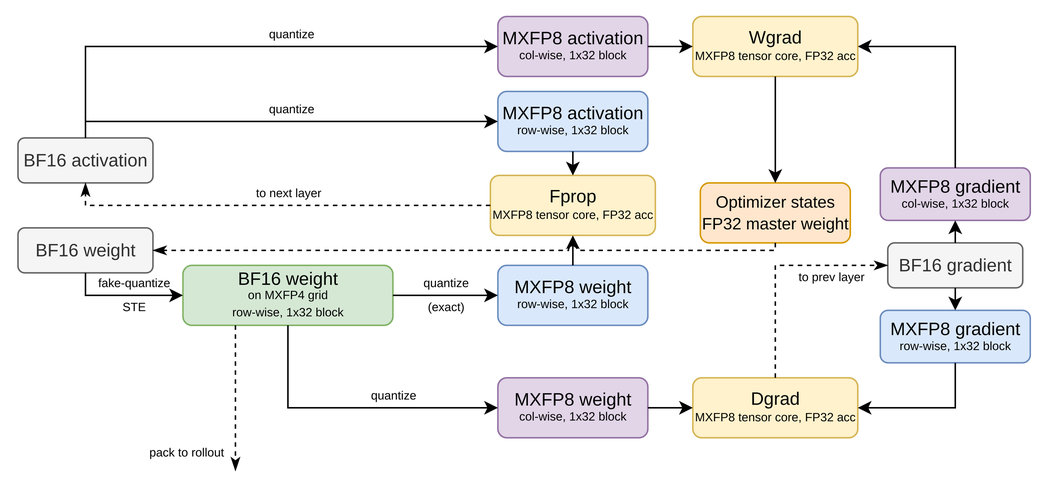
Above: docs/assets/images/low-precision/mxfp4-qat.png in radixark/miles (draw.io), before the change. Source tidied: cells renumbered, new cells last; positions are measured from the earlier drawing's top-left corner, leaving out a move shared by most shapes. Source of this version:
```xml
<mxGraphModel>
  <root>
    <mxCell id="0" />
    <mxCell id="1" parent="0" />
    <mxCell id="2" style="rounded=0;whiteSpace=wrap;html=1;strokeColor=none;fillColor=default;" parent="1" vertex="1">
      <mxGeometry width="695" height="325" as="geometry" />
    </mxCell>
    <mxCell id="3" value="BF16 activation" style="rounded=1;whiteSpace=wrap;html=1;fillColor=#f5f5f5;strokeColor=#666666;fontColor=#333333;" parent="1" vertex="1">
      <mxGeometry x="10" y="90" width="90" height="30" as="geometry" />
    </mxCell>
    <mxCell id="4" value="BF16 weight" style="rounded=1;whiteSpace=wrap;html=1;fillColor=#f5f5f5;strokeColor=#666666;fontColor=#333333;" parent="1" vertex="1">
      <mxGeometry x="10" y="150" width="90" height="30" as="geometry" />
    </mxCell>
    <mxCell id="5" value="&lt;div style=&quot;line-height: 80%;&quot;&gt;BF16 weight&lt;div&gt;&lt;font style=&quot;font-size: 8px;&quot;&gt;on MXFP4 grid&lt;/font&gt;&lt;/div&gt;&lt;div&gt;&lt;font style=&quot;font-size: 8px;&quot;&gt;row-wise, 1x32 block&lt;/font&gt;&lt;/div&gt;&lt;/div&gt;" style="rounded=1;whiteSpace=wrap;html=1;fillColor=#d5e8d4;strokeColor=#82b366;" parent="1" vertex="1">
      <mxGeometry x="120" y="175" width="140" height="40" as="geometry" />
    </mxCell>
    <mxCell id="6" value="&lt;div style=&quot;line-height: 80%;&quot;&gt;MXFP8 activation&lt;div&gt;&lt;font style=&quot;font-size: 8px;&quot;&gt;col-wise, 1x32 block&lt;/font&gt;&lt;/div&gt;&lt;/div&gt;" style="rounded=1;whiteSpace=wrap;html=1;fillColor=#e1d5e7;strokeColor=#9673a6;" parent="1" vertex="1">
      <mxGeometry x="330" y="9" width="100" height="40" as="geometry" />
    </mxCell>
    <mxCell id="7" value="&lt;div style=&quot;line-height: 80%;&quot;&gt;MXFP8 activation&lt;div&gt;&lt;font style=&quot;font-size: 8px;&quot;&gt;row-wise, 1x32 block&lt;/font&gt;&lt;/div&gt;&lt;/div&gt;" style="rounded=1;whiteSpace=wrap;html=1;fillColor=#dae8fc;strokeColor=#6c8ebf;" parent="1" vertex="1">
      <mxGeometry x="330" y="59" width="100" height="40" as="geometry" />
    </mxCell>
    <mxCell id="8" value="&lt;div style=&quot;line-height: 80%;&quot;&gt;MXFP8 weight&lt;div&gt;&lt;font style=&quot;font-size: 8px;&quot;&gt;row-wise, 1x32 block&lt;/font&gt;&lt;/div&gt;&lt;/div&gt;" style="rounded=1;whiteSpace=wrap;html=1;fillColor=#dae8fc;strokeColor=#6c8ebf;" parent="1" vertex="1">
      <mxGeometry x="330" y="175" width="100" height="40" as="geometry" />
    </mxCell>
    <mxCell id="9" value="&lt;div style=&quot;line-height: 80%;&quot;&gt;MXFP8 weight&lt;div&gt;&lt;font style=&quot;font-size: 8px;&quot;&gt;col-wise, 1x32 block&lt;/font&gt;&lt;/div&gt;&lt;/div&gt;" style="rounded=1;whiteSpace=wrap;html=1;fillColor=#e1d5e7;strokeColor=#9673a6;" parent="1" vertex="1">
      <mxGeometry x="330" y="250" width="100" height="40" as="geometry" />
    </mxCell>
    <mxCell id="10" value="&lt;div style=&quot;line-height: 90%;&quot;&gt;Fprop&lt;div&gt;&lt;font style=&quot;font-size: 8px;&quot;&gt;MXFP8 tensor core, FP32 acc&lt;/font&gt;&lt;/div&gt;&lt;/div&gt;" style="rounded=1;whiteSpace=wrap;html=1;fillColor=#fff2cc;strokeColor=#d6b656;" parent="1" vertex="1">
      <mxGeometry x="325" y="115" width="110" height="40" as="geometry" />
    </mxCell>
    <mxCell id="11" value="&lt;div style=&quot;line-height: 90%;&quot;&gt;Wgrad&lt;div&gt;&lt;font style=&quot;font-size: 8px;&quot;&gt;MXFP8 tensor core, FP32 acc&lt;/font&gt;&lt;/div&gt;&lt;/div&gt;" style="rounded=1;whiteSpace=wrap;html=1;fillColor=#fff2cc;strokeColor=#d6b656;" parent="1" vertex="1">
      <mxGeometry x="460" y="9" width="110" height="40" as="geometry" />
    </mxCell>
    <mxCell id="12" value="&lt;div style=&quot;line-height: 90%;&quot;&gt;Dgrad&lt;div&gt;&lt;font style=&quot;font-size: 8px;&quot;&gt;MXFP8 tensor core, FP32 acc&lt;/font&gt;&lt;/div&gt;&lt;/div&gt;" style="rounded=1;whiteSpace=wrap;html=1;fillColor=#fff2cc;strokeColor=#d6b656;" parent="1" vertex="1">
      <mxGeometry x="460" y="250" width="110" height="40" as="geometry" />
    </mxCell>
    <mxCell id="13" value="&lt;font style=&quot;font-size: 11px;&quot;&gt;Optimizer states&lt;/font&gt;&lt;div&gt;&lt;font style=&quot;font-size: 11px;&quot;&gt;FP32 master weight&lt;/font&gt;&lt;/div&gt;" style="rounded=1;whiteSpace=wrap;html=1;fillColor=#ffe6cc;strokeColor=#d79b00;" parent="1" vertex="1">
      <mxGeometry x="465" y="120" width="100" height="40" as="geometry" />
    </mxCell>
    <mxCell id="14" value="&lt;div style=&quot;line-height: 80%;&quot;&gt;MXFP8 gradient&lt;div&gt;&lt;font style=&quot;font-size: 8px;&quot;&gt;col-wise, 1x32 block&lt;/font&gt;&lt;/div&gt;&lt;/div&gt;" style="rounded=1;whiteSpace=wrap;html=1;fillColor=#e1d5e7;strokeColor=#9673a6;" parent="1" vertex="1">
      <mxGeometry x="585" y="110" width="100" height="35" as="geometry" />
    </mxCell>
    <mxCell id="15" value="BF16 gradient" style="rounded=1;whiteSpace=wrap;html=1;fillColor=#f5f5f5;strokeColor=#666666;fontColor=#333333;" parent="1" vertex="1">
      <mxGeometry x="590" y="160" width="90" height="30" as="geometry" />
    </mxCell>
    <mxCell id="16" value="&lt;div style=&quot;line-height: 80%;&quot;&gt;MXFP8 gradient&lt;div&gt;&lt;font style=&quot;font-size: 8px;&quot;&gt;row-wise, 1x32 block&lt;/font&gt;&lt;/div&gt;&lt;/div&gt;" style="rounded=1;whiteSpace=wrap;html=1;fillColor=#dae8fc;strokeColor=#6c8ebf;" parent="1" vertex="1">
      <mxGeometry x="585" y="205" width="100" height="35" as="geometry" />
    </mxCell>
    <mxCell id="17" style="endArrow=classic;html=1;rounded=0;edgeStyle=orthogonalEdgeStyle;exitX=0.5;exitY=0;exitDx=0;exitDy=0;entryX=0;entryY=0.5;entryDx=0;entryDy=0;" parent="1" edge="1" source="3" target="6">
      <mxGeometry relative="1" as="geometry">
        <Array as="points">
          <mxPoint x="55" y="29" />
        </Array>
      </mxGeometry>
    </mxCell>
    <mxCell id="18" value="&lt;font style=&quot;font-size: 8px;&quot;&gt;quantize&lt;/font&gt;" style="edgeLabel;html=1;align=center;verticalAlign=middle;labelBackgroundColor=none;align=center;fontSize=8;" parent="1" vertex="1">
      <mxGeometry x="192" y="21" as="geometry" />
    </mxCell>
    <mxCell id="19" style="endArrow=classic;html=1;rounded=0;edgeStyle=orthogonalEdgeStyle;exitX=0.5;exitY=0;exitDx=0;exitDy=0;entryX=0;entryY=0.5;entryDx=0;entryDy=0;" parent="1" edge="1" source="3" target="7">
      <mxGeometry relative="1" as="geometry">
        <Array as="points">
          <mxPoint x="55" y="79" />
        </Array>
      </mxGeometry>
    </mxCell>
    <mxCell id="20" value="&lt;font style=&quot;font-size: 8px;&quot;&gt;quantize&lt;/font&gt;" style="edgeLabel;html=1;align=center;verticalAlign=middle;labelBackgroundColor=none;align=center;fontSize=8;" parent="1" vertex="1">
      <mxGeometry x="192" y="71" as="geometry" />
    </mxCell>
    <mxCell id="21" style="endArrow=classic;html=1;rounded=0;edgeStyle=orthogonalEdgeStyle;exitX=1;exitY=0.5;exitDx=0;exitDy=0;entryX=0;entryY=0.5;entryDx=0;entryDy=0;" parent="1" edge="1" source="6" target="11">
      <mxGeometry relative="1" as="geometry" />
    </mxCell>
    <mxCell id="22" style="endArrow=classic;html=1;rounded=0;edgeStyle=orthogonalEdgeStyle;exitX=0.5;exitY=1;exitDx=0;exitDy=0;entryX=0.5;entryY=0;entryDx=0;entryDy=0;" parent="1" edge="1" source="7" target="10">
      <mxGeometry relative="1" as="geometry" />
    </mxCell>
    <mxCell id="23" style="endArrow=classicThin;html=1;rounded=0;edgeStyle=orthogonalEdgeStyle;dashed=1;endFill=1;exitX=0;exitY=0.5;exitDx=0;exitDy=0;entryX=0.5;entryY=1;entryDx=0;entryDy=0;" parent="1" edge="1" source="10" target="3">
      <mxGeometry relative="1" as="geometry">
        <Array as="points">
          <mxPoint x="55" y="135" />
        </Array>
      </mxGeometry>
    </mxCell>
    <mxCell id="24" value="&lt;font style=&quot;font-size: 8px;&quot;&gt;to next layer&lt;/font&gt;" style="edgeLabel;html=1;align=center;verticalAlign=middle;labelBackgroundColor=none;align=center;fontSize=8;" parent="1" vertex="1">
      <mxGeometry x="190" y="127" as="geometry" />
    </mxCell>
    <mxCell id="25" style="endArrow=classic;html=1;rounded=0;edgeStyle=orthogonalEdgeStyle;exitX=0.5;exitY=1;exitDx=0;exitDy=0;entryX=0;entryY=0.5;entryDx=0;entryDy=0;" parent="1" edge="1" source="4" target="5">
      <mxGeometry relative="1" as="geometry">
        <Array as="points">
          <mxPoint x="55" y="195" />
        </Array>
      </mxGeometry>
    </mxCell>
    <mxCell id="26" value="&lt;font style=&quot;font-size: 8px;&quot;&gt;fake-quantize&lt;/font&gt;" style="edgeLabel;html=1;align=center;verticalAlign=middle;labelBackgroundColor=none;align=center;fontSize=8;" parent="1" vertex="1">
      <mxGeometry x="87" y="187" as="geometry" />
    </mxCell>
    <mxCell id="27" value="&lt;font style=&quot;font-size: 8px;&quot;&gt;STE&lt;/font&gt;" style="edgeLabel;html=1;align=center;verticalAlign=middle;labelBackgroundColor=none;align=center;fontSize=8;" parent="1" vertex="1">
      <mxGeometry x="87" y="203" as="geometry" />
    </mxCell>
    <mxCell id="28" style="endArrow=classic;html=1;rounded=0;edgeStyle=orthogonalEdgeStyle;exitX=1;exitY=0.5;exitDx=0;exitDy=0;entryX=0;entryY=0.5;entryDx=0;entryDy=0;" parent="1" edge="1" source="5" target="8">
      <mxGeometry relative="1" as="geometry" />
    </mxCell>
    <mxCell id="29" value="&lt;font style=&quot;font-size: 8px;&quot;&gt;quantize&lt;/font&gt;" style="edgeLabel;html=1;align=center;verticalAlign=middle;labelBackgroundColor=none;align=center;fontSize=8;" parent="1" vertex="1">
      <mxGeometry x="295" y="187" as="geometry" />
    </mxCell>
    <mxCell id="30" value="&lt;font style=&quot;font-size: 8px;&quot;&gt;(exact)&lt;/font&gt;" style="edgeLabel;html=1;align=center;verticalAlign=middle;labelBackgroundColor=none;align=center;fontSize=8;" parent="1" vertex="1">
      <mxGeometry x="295" y="203" as="geometry" />
    </mxCell>
    <mxCell id="31" style="endArrow=classic;html=1;rounded=0;edgeStyle=orthogonalEdgeStyle;exitX=0.5;exitY=1;exitDx=0;exitDy=0;entryX=0;entryY=0.5;entryDx=0;entryDy=0;" parent="1" edge="1" source="5" target="9">
      <mxGeometry relative="1" as="geometry">
        <Array as="points">
          <mxPoint x="190" y="270" />
        </Array>
      </mxGeometry>
    </mxCell>
    <mxCell id="32" value="&lt;font style=&quot;font-size: 8px;&quot;&gt;quantize&lt;/font&gt;" style="edgeLabel;html=1;align=center;verticalAlign=middle;labelBackgroundColor=none;align=center;fontSize=8;" parent="1" vertex="1">
      <mxGeometry x="260" y="262" as="geometry" />
    </mxCell>
    <mxCell id="33" style="endArrow=classic;html=1;rounded=0;edgeStyle=orthogonalEdgeStyle;exitX=0.5;exitY=0;exitDx=0;exitDy=0;entryX=0.5;entryY=1;entryDx=0;entryDy=0;" parent="1" edge="1" source="8" target="10">
      <mxGeometry relative="1" as="geometry" />
    </mxCell>
    <mxCell id="34" style="endArrow=classic;html=1;rounded=0;edgeStyle=orthogonalEdgeStyle;exitX=1;exitY=0.5;exitDx=0;exitDy=0;entryX=0;entryY=0.5;entryDx=0;entryDy=0;" parent="1" edge="1" source="9" target="12">
      <mxGeometry relative="1" as="geometry" />
    </mxCell>
    <mxCell id="35" style="endArrow=classicThin;html=1;rounded=0;edgeStyle=orthogonalEdgeStyle;dashed=1;endFill=1;exitX=0.5;exitY=1;exitDx=0;exitDy=0;exitX=0.25;" parent="1" edge="1" source="5">
      <mxGeometry relative="1" as="geometry">
        <mxPoint x="155" y="312" as="targetPoint" />
      </mxGeometry>
    </mxCell>
    <mxCell id="36" value="&lt;font style=&quot;font-size: 8px;&quot;&gt;pack to rollout&lt;/font&gt;" style="edgeLabel;html=1;align=center;verticalAlign=middle;labelBackgroundColor=none;align=center;fontSize=8;" parent="1" vertex="1">
      <mxGeometry x="122" y="300" as="geometry" />
    </mxCell>
    <mxCell id="37" style="endArrow=classic;html=1;rounded=0;edgeStyle=orthogonalEdgeStyle;exitX=0.5;exitY=0;exitDx=0;exitDy=0;entryX=0.5;entryY=1;entryDx=0;entryDy=0;" parent="1" edge="1" source="15" target="14">
      <mxGeometry relative="1" as="geometry" />
    </mxCell>
    <mxCell id="38" style="endArrow=classic;html=1;rounded=0;edgeStyle=orthogonalEdgeStyle;exitX=0.5;exitY=0;exitDx=0;exitDy=0;entryX=1;entryY=0.5;entryDx=0;entryDy=0;" parent="1" edge="1" source="14" target="11">
      <mxGeometry relative="1" as="geometry">
        <Array as="points">
          <mxPoint x="635" y="29" />
        </Array>
      </mxGeometry>
    </mxCell>
    <mxCell id="39" style="endArrow=classic;html=1;rounded=0;edgeStyle=orthogonalEdgeStyle;exitX=0.5;exitY=1;exitDx=0;exitDy=0;entryX=0.5;entryY=0;entryDx=0;entryDy=0;" parent="1" edge="1" source="15" target="16">
      <mxGeometry relative="1" as="geometry" />
    </mxCell>
    <mxCell id="40" style="endArrow=classic;html=1;rounded=0;edgeStyle=orthogonalEdgeStyle;exitX=0.5;exitY=1;exitDx=0;exitDy=0;entryX=1;entryY=0.5;entryDx=0;entryDy=0;" parent="1" edge="1" source="16" target="12">
      <mxGeometry relative="1" as="geometry">
        <Array as="points">
          <mxPoint x="635" y="270" />
        </Array>
      </mxGeometry>
    </mxCell>
    <mxCell id="41" style="endArrow=classicThin;html=1;rounded=0;edgeStyle=orthogonalEdgeStyle;dashed=1;endFill=1;exitX=0.5;exitY=0;exitDx=0;exitDy=0;entryX=0;entryY=0.5;entryDx=0;entryDy=0;" parent="1" edge="1" source="12" target="15">
      <mxGeometry relative="1" as="geometry">
        <Array as="points">
          <mxPoint x="515" y="175" />
        </Array>
      </mxGeometry>
    </mxCell>
    <mxCell id="42" value="&lt;font style=&quot;font-size: 8px;&quot;&gt;to prev layer&lt;/font&gt;" style="edgeLabel;html=1;align=center;verticalAlign=middle;labelBackgroundColor=none;align=center;fontSize=8;" parent="1" vertex="1">
      <mxGeometry x="552" y="183" as="geometry" />
    </mxCell>
    <mxCell id="43" style="endArrow=classic;html=1;rounded=0;edgeStyle=orthogonalEdgeStyle;exitX=0.5;exitY=1;exitDx=0;exitDy=0;entryX=0.5;entryY=0;entryDx=0;entryDy=0;" parent="1" edge="1" source="11" target="13">
      <mxGeometry relative="1" as="geometry" />
    </mxCell>
    <mxCell id="44" style="endArrow=classicThin;html=1;rounded=0;edgeStyle=orthogonalEdgeStyle;dashed=1;endFill=1;exitX=0.5;exitY=1;exitDx=0;exitDy=0;jumpStyle=arc;entryX=1;entryY=0.5;entryDx=0;entryDy=0;" parent="1" edge="1" source="13" target="4">
      <mxGeometry relative="1" as="geometry">
        <Array as="points">
          <mxPoint x="515" y="165" />
        </Array>
      </mxGeometry>
    </mxCell>
  </root>
</mxGraphModel>
```
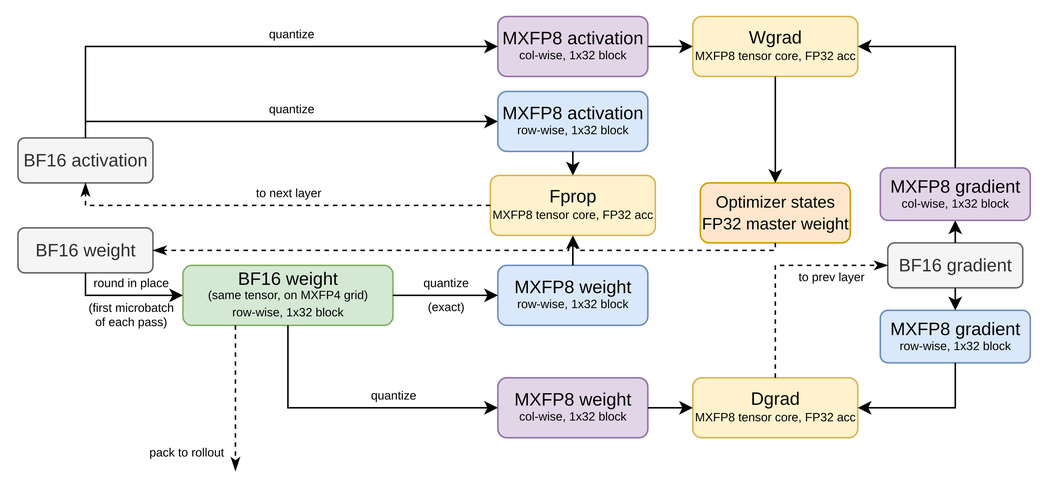
After the commit.

Commit message:
docs(dsv4): show in-place rounding and the routed-expert QAT flags

What changed in the source:
```diff
@@ -11,7 +11,7 @@
     <mxCell id="4" value="BF16 weight" style="rounded=1;whiteSpace=wrap;html=1;fillColor=#f5f5f5;strokeColor=#666666;fontColor=#333333;" parent="1" vertex="1">
       <mxGeometry x="10" y="150" width="90" height="30" as="geometry" />
     </mxCell>
-    <mxCell id="5" value="&lt;div style=&quot;line-height: 80%;&quot;&gt;BF16 weight&lt;div&gt;&lt;font style=&quot;font-size: 8px;&quot;&gt;on MXFP4 grid&lt;/font&gt;&lt;/div&gt;&lt;div&gt;&lt;font style=&quot;font-size: 8px;&quot;&gt;row-wise, 1x32 block&lt;/font&gt;&lt;/div&gt;&lt;/div&gt;" style="rounded=1;whiteSpace=wrap;html=1;fillColor=#d5e8d4;strokeColor=#82b366;" parent="1" vertex="1">
+    <mxCell id="5" value="&lt;div style=&quot;line-height: 80%;&quot;&gt;BF16 weight&lt;div&gt;&lt;font style=&quot;font-size: 8px;&quot;&gt;(same tensor, on MXFP4 grid)&lt;/font&gt;&lt;/div&gt;&lt;div&gt;&lt;font style=&quot;font-size: 8px;&quot;&gt;row-wise, 1x32 block&lt;/font&gt;&lt;/div&gt;&lt;/div&gt;" style="rounded=1;whiteSpace=wrap;html=1;fillColor=#d5e8d4;strokeColor=#82b366;" parent="1" vertex="1">
       <mxGeometry x="120" y="175" width="140" height="40" as="geometry" />
     </mxCell>
     <mxCell id="6" value="&lt;div style=&quot;line-height: 80%;&quot;&gt;MXFP8 activation&lt;div&gt;&lt;font style=&quot;font-size: 8px;&quot;&gt;col-wise, 1x32 block&lt;/font&gt;&lt;/div&gt;&lt;/div&gt;" style="rounded=1;whiteSpace=wrap;html=1;fillColor=#e1d5e7;strokeColor=#9673a6;" parent="1" vertex="1">
@@ -90,12 +90,12 @@
         </Array>
       </mxGeometry>
     </mxCell>
-    <mxCell id="26" value="&lt;font style=&quot;font-size: 8px;&quot;&gt;fake-quantize&lt;/font&gt;" style="edgeLabel;html=1;align=center;verticalAlign=middle;labelBackgroundColor=none;align=center;fontSize=8;" parent="1" vertex="1">
-      <mxGeometry x="87" y="187" as="geometry" />
+    <mxCell id="26" value="&lt;font style=&quot;font-size: 8px;&quot;&gt;round in place&lt;/font&gt;" style="edgeLabel;html=1;align=center;verticalAlign=middle;labelBackgroundColor=none;align=center;fontSize=8;" parent="1" vertex="1">
+      <mxGeometry x="85" y="187" as="geometry" />
     </mxCell>
-    <mxCell id="27" value="&lt;font style=&quot;font-size: 8px;&quot;&gt;STE&lt;/font&gt;" style="edgeLabel;html=1;align=center;verticalAlign=middle;labelBackgroundColor=none;align=center;fontSize=8;" parent="1" vertex="1">
-      <mxGeometry x="87" y="203" as="geometry" />
-    </mxCell>
+    <mxCell id="45" value="&lt;font style=&quot;font-size: 8px;&quot;&gt;(first microbatch&lt;br&gt;of each pass)&lt;/font&gt;" style="edgeLabel;html=1;align=center;verticalAlign=middle;labelBackgroundColor=none;align=center;fontSize=8;" parent="1" vertex="1">
+      <mxGeometry x="85" y="208" as="geometry" />
+    </mxCell>
     <mxCell id="28" style="endArrow=classic;html=1;rounded=0;edgeStyle=orthogonalEdgeStyle;exitX=1;exitY=0.5;exitDx=0;exitDy=0;entryX=0;entryY=0.5;entryDx=0;entryDy=0;" parent="1" edge="1" source="5" target="8">
       <mxGeometry relative="1" as="geometry" />
     </mxCell>
```
